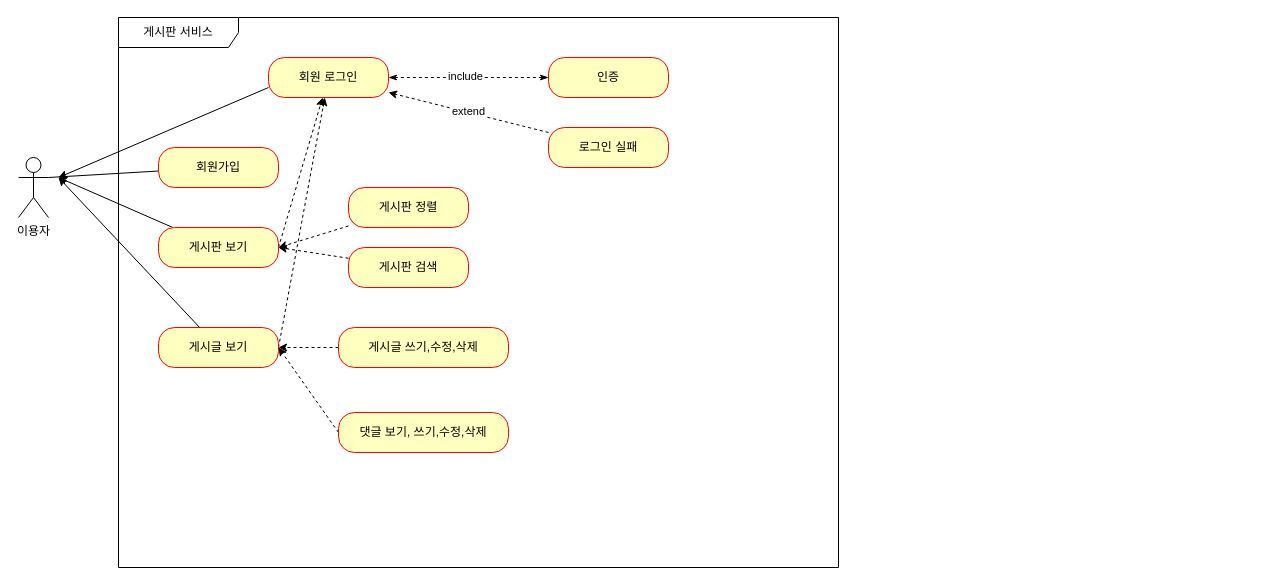
Before: project-board.drawio in MyoungSoo7/project-board, a draw.io diagram. Source tidied: cells renumbered, new cells numbered last; positions are measured from the earlier drawing's top-left corner, leaving out a move shared by most shapes. Both pictures are drawn from the tidied source at 100%, with x=0, y=0 at pixel (18, 17).
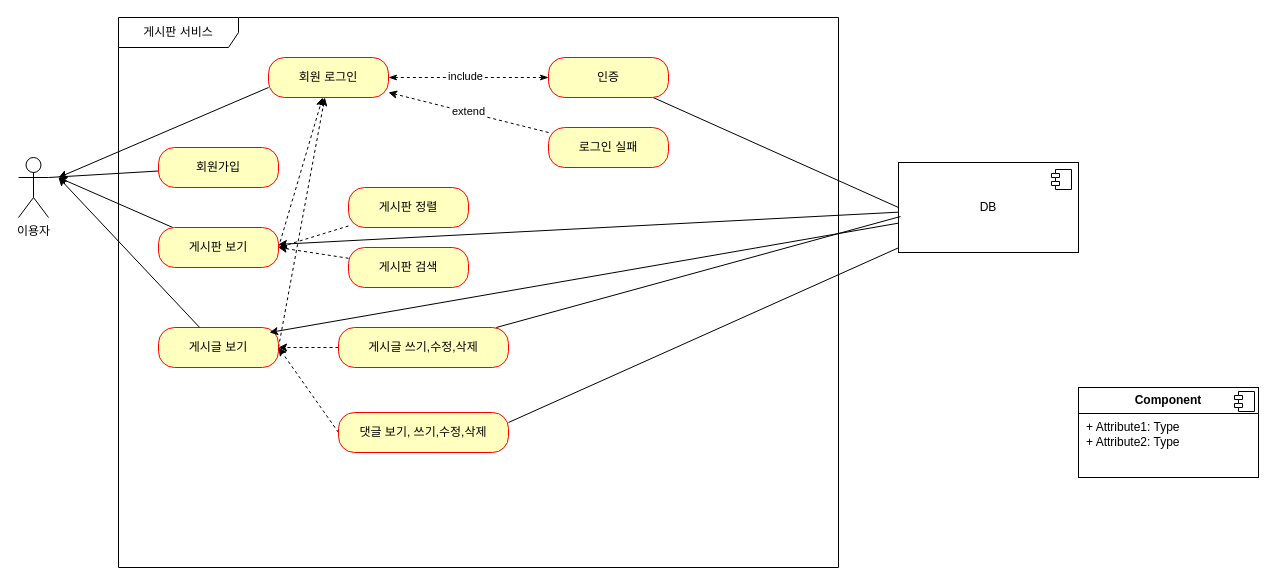
The same diagram, later.

Unchanged cells that the change refers to:
```xml
<mxCell id="8" value="게시판 보기" style="rounded=1;whiteSpace=wrap;html=1;arcSize=40;fontColor=#000000;fillColor=#ffffc0;strokeColor=#ff0000;" parent="1" vertex="1">
  <mxGeometry x="140" y="210" width="120" height="40" as="geometry" />
</mxCell>
<mxCell id="10" value="게시글 보기" style="rounded=1;whiteSpace=wrap;html=1;arcSize=40;fontColor=#000000;fillColor=#ffffc0;strokeColor=#ff0000;" parent="1" vertex="1">
  <mxGeometry x="140" y="310" width="120" height="40" as="geometry" />
</mxCell>
<mxCell id="14" value="인증" style="rounded=1;whiteSpace=wrap;html=1;arcSize=40;fontColor=#000000;fillColor=#ffffc0;strokeColor=#ff0000;" parent="1" vertex="1">
  <mxGeometry x="530" y="40" width="120" height="40" as="geometry" />
</mxCell>
<mxCell id="23" value="게시글 쓰기,수정,삭제" style="rounded=1;whiteSpace=wrap;html=1;arcSize=40;fontColor=#000000;fillColor=#ffffc0;strokeColor=#ff0000;" parent="1" vertex="1">
  <mxGeometry x="320" y="310" width="170" height="40" as="geometry" />
</mxCell>
<mxCell id="27" value="댓글 보기, 쓰기,수정,삭제" style="rounded=1;whiteSpace=wrap;html=1;arcSize=40;fontColor=#000000;fillColor=#ffffc0;strokeColor=#ff0000;" parent="1" vertex="1">
  <mxGeometry x="320" y="395" width="170" height="40" as="geometry" />
</mxCell>
```

What changed in the source:
```diff
@@
+    <mxCell id="28" style="rounded=0;jettySize=auto;html=1;entryX=0;entryY=0.5;entryDx=0;entryDy=0;endArrow=none;endFill=0;" parent="1" edge="1" source="14" target="33">
+      <mxGeometry relative="1" as="geometry" />
+    </mxCell>
@@
+    <mxCell id="29" value="&lt;p style=&quot;margin:0px;margin-top:6px;text-align:center;&quot;&gt;&lt;b&gt;Component&lt;/b&gt;&lt;/p&gt;&lt;hr size=&quot;1&quot; style=&quot;border-style:solid;&quot;/&gt;&lt;p style=&quot;margin:0px;margin-left:8px;&quot;&gt;+ Attribute1: Type&lt;br/&gt;+ Attribute2: Type&lt;/p&gt;" style="align=left;overflow=fill;html=1;whiteSpace=wrap;" parent="1" vertex="1">
+      <mxGeometry x="1060" y="370" width="180" height="90" as="geometry" />
+    </mxCell>
+    <mxCell id="30" style="shape=component;jettyWidth=8;jettyHeight=4;" parent="29" vertex="1">
+      <mxGeometry x="1" width="20" height="20" relative="1" as="geometry">
+        <mxPoint x="-24" y="4" as="offset" />
+      </mxGeometry>
+    </mxCell>
+    <mxCell id="31" style="rounded=0;jettySize=auto;html=1;" parent="1" edge="1" source="33" target="8">
+      <mxGeometry relative="1" as="geometry" />
+    </mxCell>
+    <mxCell id="32" style="rounded=0;jettySize=auto;html=1;entryX=1;entryY=0.25;entryDx=0;entryDy=0;endArrow=none;endFill=0;" parent="1" edge="1" source="33" target="27">
+      <mxGeometry relative="1" as="geometry" />
+    </mxCell>
+    <mxCell id="33" value="DB" style="html=1;whiteSpace=wrap;" parent="1" vertex="1">
+      <mxGeometry x="880" y="145" width="180" height="90" as="geometry" />
+    </mxCell>
+    <mxCell id="34" style="shape=module;jettyWidth=8;jettyHeight=4;" parent="33" vertex="1">
+      <mxGeometry x="1" width="20" height="20" relative="1" as="geometry">
+        <mxPoint x="-27" y="7" as="offset" />
+      </mxGeometry>
+    </mxCell>
+    <mxCell id="35" style="rounded=0;jettySize=auto;html=1;entryX=0.925;entryY=0.125;entryDx=0;entryDy=0;entryPerimeter=0;" parent="1" edge="1" source="33" target="10">
+      <mxGeometry relative="1" as="geometry" />
+    </mxCell>
+    <mxCell id="36" style="rounded=0;jettySize=auto;html=1;endArrow=none;endFill=0;" parent="1" edge="1" source="23">
+      <mxGeometry relative="1" as="geometry">
+        <mxPoint x="882" y="199" as="targetPoint" />
+      </mxGeometry>
+    </mxCell>
```
